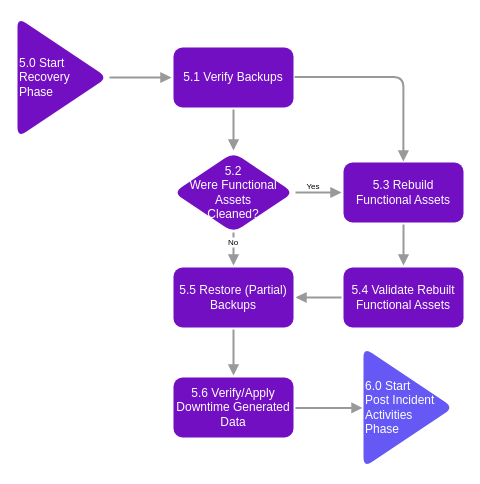
The draw.io diagram page "Figure 6 Recovery" (6 of 7) of IR Plan Flows.drawio in nightly-nessie/irplan-playbooks, before the edit. Source tidied: cells renumbered, new cells numbered last; positions are measured from the earlier drawing's top-left corner, leaving out a move shared by most shapes. Both pictures are drawn from the tidied source at 100%, with x=0, y=0 at pixel (17, 17).
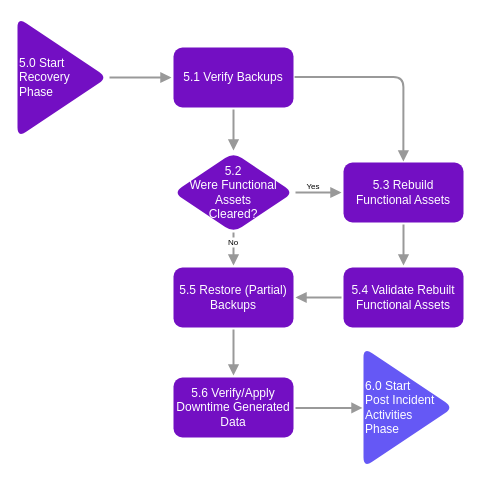
The same page after the edit.

Change to the diagram source:
```diff
@@
-    <mxCell id="16" value="5.2 &lt;br&gt;Were Functional Assets &lt;br&gt;Cleaned?" style="rhombus;whiteSpace=wrap;html=1;rounded=1;labelBackgroundColor=none;labelBorderColor=none;strokeColor=none;fontColor=#FFFFFF;fillColor=#730FC3;" parent="1" vertex="1">
+    <mxCell id="16" value="5.2 &lt;br&gt;Were Functional Assets &lt;br&gt;Cleared?" style="rhombus;whiteSpace=wrap;html=1;rounded=1;labelBackgroundColor=none;labelBorderColor=none;strokeColor=none;fontColor=#FFFFFF;fillColor=#730FC3;" parent="1" vertex="1">
       <mxGeometry x="156" y="135" width="120" height="80" as="geometry" />
     </mxCell>
```
